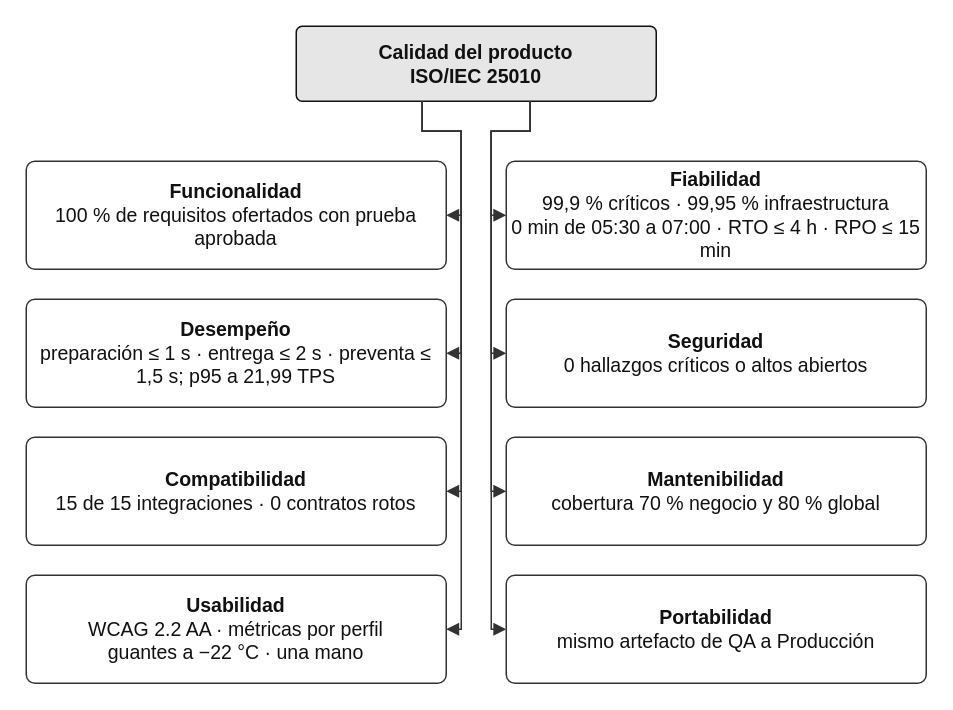
Above: SD9_v_nueva/09_plan_calidad/diagramas/Fig_9-2_Modelo_ISO25010.drawio in PatricioH315/LafroX (draw.io), before the change. Source tidied: cells renumbered, new cells numbered last; positions are measured from the earlier drawing's top-left corner, leaving out a move shared by most shapes. Both pictures are drawn from the tidied source at 150%, with x=0, y=0 at pixel (26, 26).
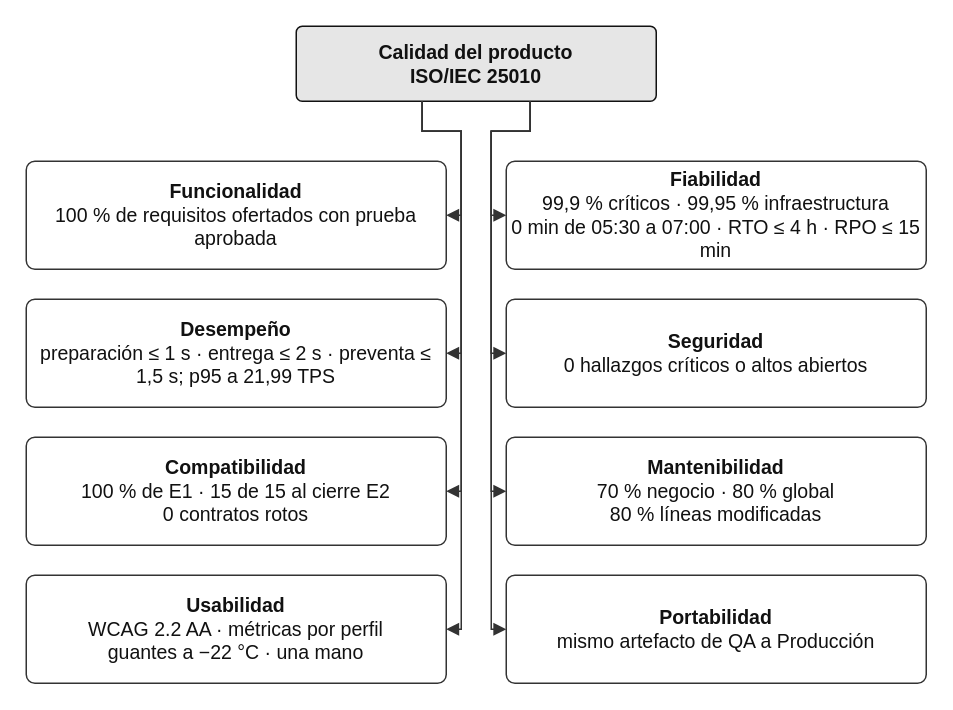
After the change.

What changed in the source:
```diff
@@
-    <mxCell id="7" value="&lt;b&gt;Compatibilidad&lt;/b&gt;&lt;br&gt;15 de 15 integraciones · 0 contratos rotos" style="rounded=1;whiteSpace=wrap;html=1;fontSize=13;fontFamily=Helvetica;fillColor=#FFFFFF;strokeColor=#333333;fontColor=#111111;arcSize=8;" parent="1" vertex="1">
+    <mxCell id="7" value="&lt;b&gt;Compatibilidad&lt;/b&gt;&lt;br&gt;100 % de E1 · 15 de 15 al cierre E2&lt;br&gt;0 contratos rotos" style="rounded=1;whiteSpace=wrap;html=1;fontSize=13;fontFamily=Helvetica;fillColor=#FFFFFF;strokeColor=#333333;fontColor=#111111;arcSize=8;" parent="1" vertex="1">
       <mxGeometry y="274" width="280" height="72" as="geometry" />
     </mxCell>
@@
-    <mxCell id="15" value="&lt;b&gt;Mantenibilidad&lt;/b&gt;&lt;br&gt;cobertura 70 % negocio y 80 % global" style="rounded=1;whiteSpace=wrap;html=1;fontSize=13;fontFamily=Helvetica;fillColor=#FFFFFF;strokeColor=#333333;fontColor=#111111;arcSize=8;" parent="1" vertex="1">
+    <mxCell id="15" value="&lt;b&gt;Mantenibilidad&lt;/b&gt;&lt;br&gt;70 % negocio · 80 % global&lt;br&gt;80 % líneas modificadas" style="rounded=1;whiteSpace=wrap;html=1;fontSize=13;fontFamily=Helvetica;fillColor=#FFFFFF;strokeColor=#333333;fontColor=#111111;arcSize=8;" parent="1" vertex="1">
       <mxGeometry x="320" y="274" width="280" height="72" as="geometry" />
     </mxCell>
```
